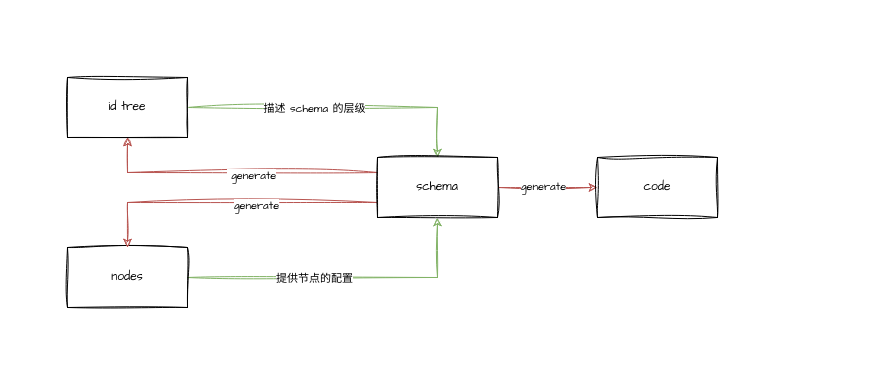
Before: folder/schema-construct.drawio in DLillard0/draw.io, a draw.io diagram. Source tidied: cells renumbered, new cells numbered last; positions are measured from the earlier drawing's top-left corner, leaving out a move shared by most shapes. Both pictures are drawn from the tidied source at 100%, with x=0, y=0 at pixel (67, 77).
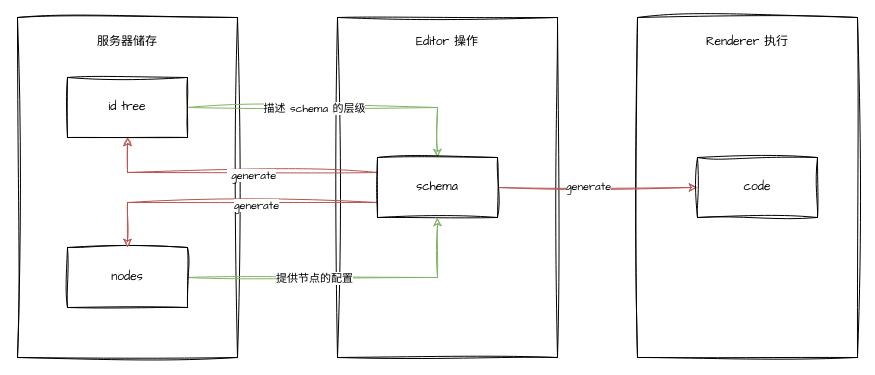
The same page after the edit.

What changed in the source:
```diff
@@
+    <mxCell id="16" style="rounded=0;whiteSpace=wrap;html=1;sketch=1;hachureGap=4;jiggle=2;curveFitting=1;fontFamily=Architects Daughter;" parent="1" vertex="1">
+      <mxGeometry x="270" y="-60" width="220" height="340" as="geometry" />
+    </mxCell>
+    <mxCell id="17" value="Editor 操作" style="text;html=1;align=center;verticalAlign=middle;whiteSpace=wrap;rounded=0;fontFamily=Architects Daughter;" parent="1" vertex="1">
+      <mxGeometry x="335" y="-50" width="90" height="30" as="geometry" />
+    </mxCell>
+    <mxCell id="18" style="rounded=0;whiteSpace=wrap;html=1;sketch=1;hachureGap=4;jiggle=2;curveFitting=1;fontFamily=Architects Daughter;" parent="1" vertex="1">
+      <mxGeometry x="570" y="-60" width="220" height="340" as="geometry" />
+    </mxCell>
+    <mxCell id="19" value="Renderer 执行" style="text;html=1;align=center;verticalAlign=middle;whiteSpace=wrap;rounded=0;fontFamily=Architects Daughter;" parent="1" vertex="1">
+      <mxGeometry x="635" y="-50" width="90" height="30" as="geometry" />
+    </mxCell>
+    <mxCell id="20" style="rounded=0;whiteSpace=wrap;html=1;sketch=1;hachureGap=4;jiggle=2;curveFitting=1;fontFamily=Architects Daughter;" parent="1" vertex="1">
+      <mxGeometry x="-50" y="-60" width="220" height="340" as="geometry" />
+    </mxCell>
@@
     <mxCell id="15" value="code" style="rounded=0;whiteSpace=wrap;html=1;sketch=1;hachureGap=4;jiggle=2;curveFitting=1;fontFamily=Architects Daughter;" parent="1" vertex="1">
-      <mxGeometry x="530" y="80" width="120" height="60" as="geometry" />
+      <mxGeometry x="630" y="80" width="120" height="60" as="geometry" />
     </mxCell>
+    <mxCell id="21" value="服务器储存" style="text;html=1;align=center;verticalAlign=middle;whiteSpace=wrap;rounded=0;fontFamily=Architects Daughter;" parent="1" vertex="1">
+      <mxGeometry x="20" y="-50" width="80" height="30" as="geometry" />
+    </mxCell>
```
